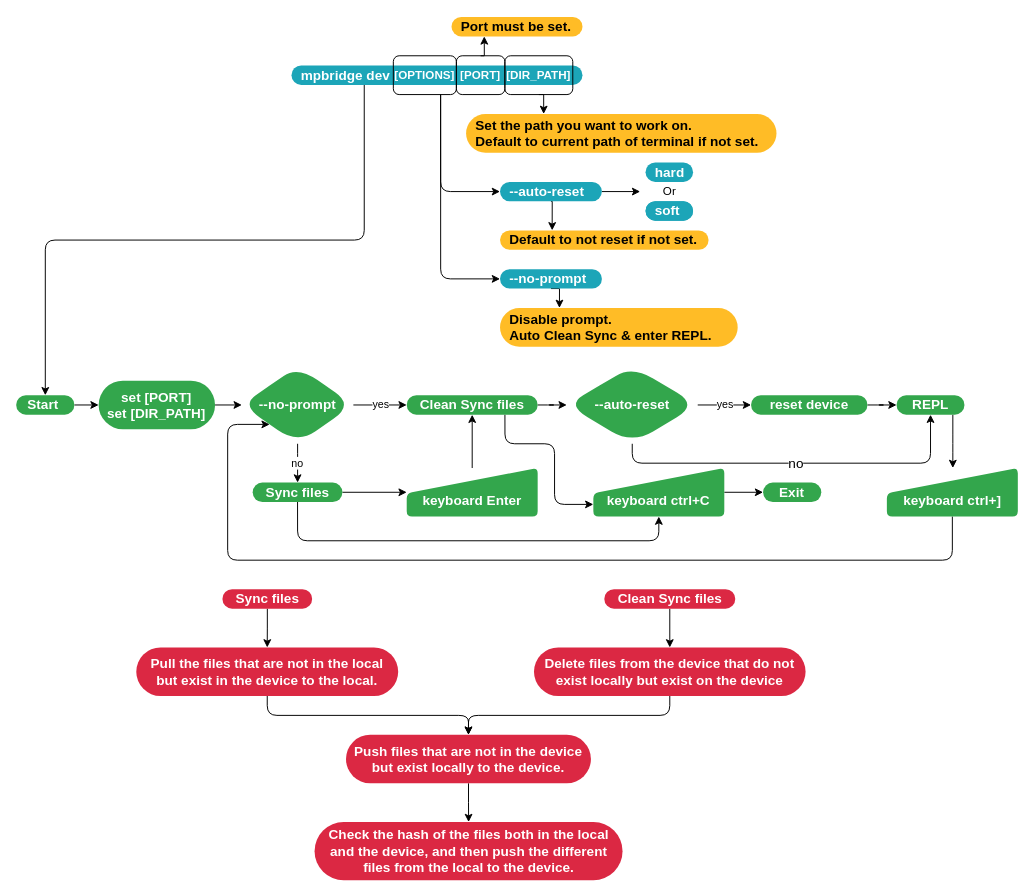
This is page "flowchart_dev" (1 of 5) of mpbridge.drawio from Wind-stormger/mpbridge-drawio, a draw.io file, before an edit. Source tidied: cells renumbered, new cells numbered last; positions are measured from the earlier drawing's top-left corner, leaving out a move shared by most shapes. Both pictures are drawn from the tidied source at 97%, with x=0, y=0 at pixel (16, 16).
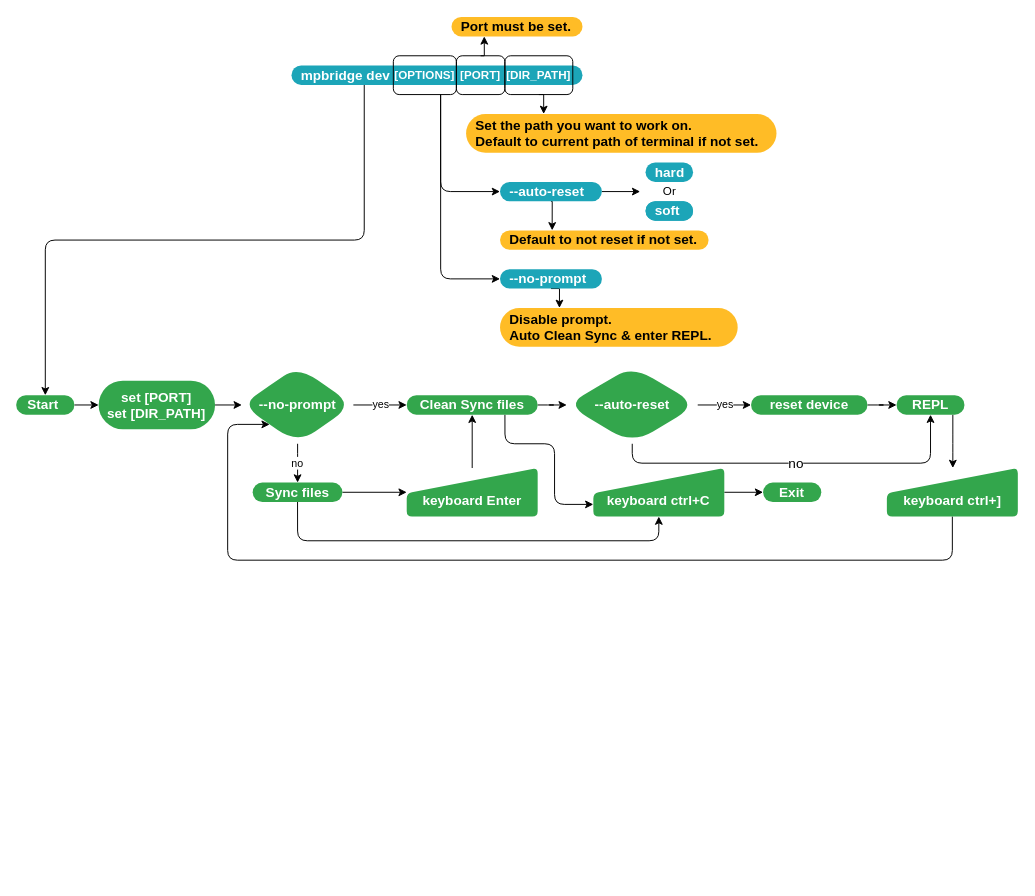
Above is the later version.

Change to the diagram source:
```diff
@@
-    <mxCell id="53" style="edgeStyle=orthogonalEdgeStyle;rounded=0;jettySize=auto;html=1;fontColor=#000000;" parent="1" edge="1" source="54" target="58">
-      <mxGeometry relative="1" as="geometry" />
-    </mxCell>
-    <mxCell id="54" value="Sync files" style="rounded=1;whiteSpace=wrap;html=1;arcSize=50;strokeColor=none;strokeWidth=1;fillColor=#DB2843;fontColor=#FFFFFF;whiteSpace=wrap;align=center;verticalAlign=middle;spacingLeft=0;fontStyle=1;fontSize=14;spacing=10;fillStyle=auto;" parent="1" vertex="1">
-      <mxGeometry x="212.8" y="590" width="92.5" height="20" as="geometry" />
-    </mxCell>
-    <mxCell id="55" style="edgeStyle=orthogonalEdgeStyle;rounded=0;jettySize=auto;html=1;fontColor=#000000;" parent="1" edge="1" source="56" target="60">
-      <mxGeometry relative="1" as="geometry" />
-    </mxCell>
-    <mxCell id="56" value="Clean Sync files" style="whiteSpace=wrap;html=1;fontSize=14;fillColor=#DB2843;strokeColor=none;fontColor=#FFFFFF;rounded=1;arcSize=50;strokeWidth=1;spacingLeft=0;fontStyle=1;spacing=10;fillStyle=auto;" parent="1" vertex="1">
-      <mxGeometry x="606.5" y="590" width="135" height="20" as="geometry" />
-    </mxCell>
-    <mxCell id="57" style="edgeStyle=orthogonalEdgeStyle;rounded=1;jettySize=auto;html=1;exitX=0.5;exitY=1;exitDx=0;exitDy=0;entryX=0.5;entryY=0;entryDx=0;entryDy=0;fontColor=#000000;" parent="1" edge="1" source="58" target="62">
-      <mxGeometry relative="1" as="geometry" />
-    </mxCell>
-    <mxCell id="58" value="Pull the files that are not in the local but exist in the device to the local." style="whiteSpace=wrap;html=1;fontSize=14;fillColor=#db2843;strokeColor=none;fontColor=#FFFFFF;rounded=1;arcSize=50;strokeWidth=1;spacingLeft=0;fontStyle=1;spacing=10;fillStyle=auto;" parent="1" vertex="1">
-      <mxGeometry x="124" y="650" width="270" height="50" as="geometry" />
-    </mxCell>
-    <mxCell id="59" style="edgeStyle=orthogonalEdgeStyle;rounded=1;jettySize=auto;html=1;exitX=0.5;exitY=1;exitDx=0;exitDy=0;entryX=0.5;entryY=0;entryDx=0;entryDy=0;fontColor=#000000;" parent="1" edge="1" source="60" target="62">
-      <mxGeometry relative="1" as="geometry" />
-    </mxCell>
-    <mxCell id="60" value="Delete files from the device that do not exist locally but exist on the device" style="whiteSpace=wrap;html=1;fontSize=14;fillColor=#db2843;strokeColor=none;fontColor=#FFFFFF;rounded=1;arcSize=50;strokeWidth=1;spacingLeft=0;fontStyle=1;spacing=10;fillStyle=auto;" parent="1" vertex="1">
-      <mxGeometry x="534" y="650" width="280" height="50" as="geometry" />
-    </mxCell>
-    <mxCell id="61" style="edgeStyle=orthogonalEdgeStyle;rounded=0;jettySize=auto;html=1;fontColor=#000000;" parent="1" edge="1" source="62" target="63">
-      <mxGeometry relative="1" as="geometry" />
-    </mxCell>
-    <mxCell id="62" value="Push files that are not in the device but exist locally to the device." style="whiteSpace=wrap;html=1;fontSize=14;fillColor=#db2843;strokeColor=none;fontColor=#FFFFFF;rounded=1;arcSize=50;strokeWidth=1;spacingLeft=0;fontStyle=1;spacing=10;fillStyle=auto;" parent="1" vertex="1">
-      <mxGeometry x="340.2" y="740" width="252.5" height="50" as="geometry" />
-    </mxCell>
-    <mxCell id="63" value="Check the hash of the files both in the local and the device,&amp;nbsp;and then push the different files from the local to the device." style="whiteSpace=wrap;html=1;fontSize=14;fillColor=#db2843;strokeColor=none;fontColor=#FFFFFF;rounded=1;arcSize=50;strokeWidth=1;spacingLeft=0;fontStyle=1;spacing=10;fillStyle=auto;" parent="1" vertex="1">
-      <mxGeometry x="307.8" y="830" width="317.5" height="60" as="geometry" />
-    </mxCell>
```
